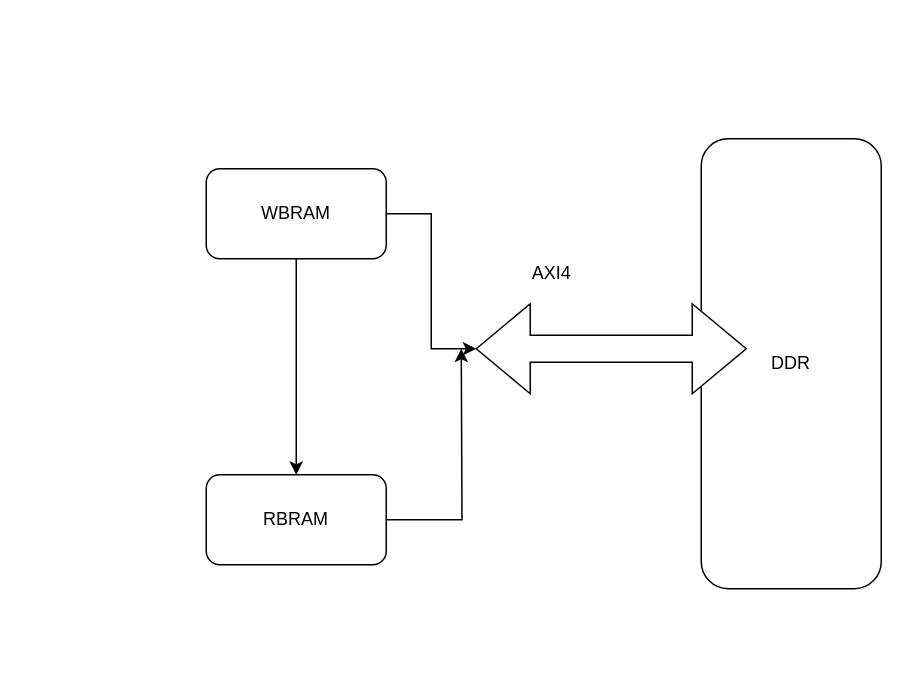
The draw.io diagram eth_ddr_cache.drawio in Momenttt/hellogithub, before the edit. Source tidied: cells renumbered, new cells numbered last; positions are measured from the earlier drawing's top-left corner, leaving out a move shared by most shapes. Both pictures are drawn from the tidied source at 150%, with x=0, y=0 at pixel (206, 138).
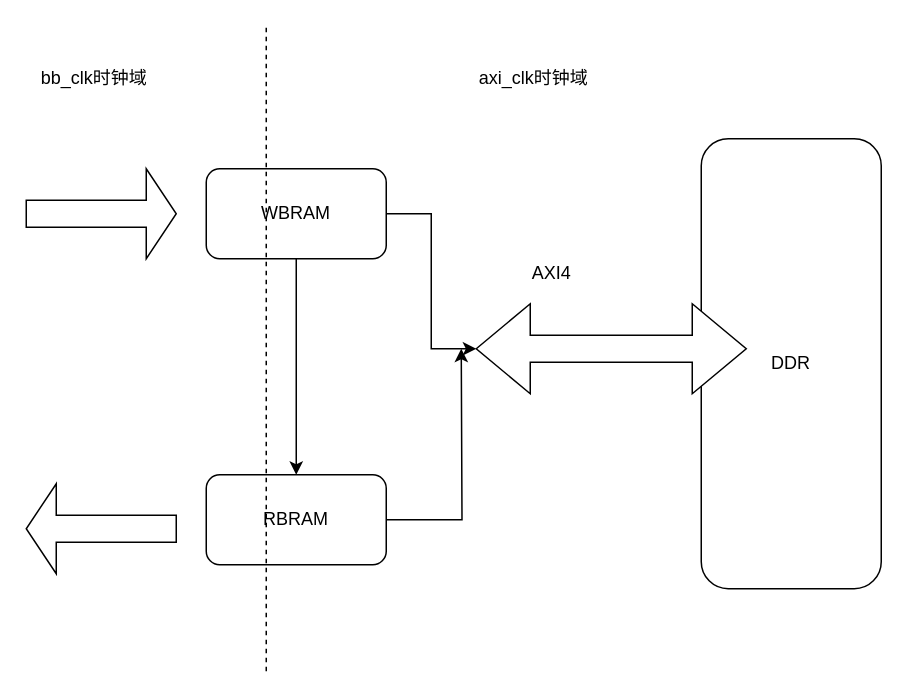
The same diagram, later.

Diff of the diagram source:
```diff
@@
 <mxGraphModel>
   <root>
     <mxCell id="0" />
     <mxCell id="1" parent="0" />
     <mxCell id="2" style="edgeStyle=orthogonalEdgeStyle;rounded=0;jettySize=auto;html=1;exitX=1;exitY=0.5;exitDx=0;exitDy=0;entryX=0;entryY=0.5;entryDx=0;entryDy=0;entryPerimeter=0;" parent="1" edge="1" source="4" target="8">
       <mxGeometry relative="1" as="geometry" />
     </mxCell>
     <mxCell id="3" style="edgeStyle=orthogonalEdgeStyle;rounded=0;jettySize=auto;html=1;exitX=0.5;exitY=1;exitDx=0;exitDy=0;" parent="1" edge="1" source="4" target="6">
       <mxGeometry relative="1" as="geometry" />
     </mxCell>
     <mxCell id="4" value="WBRAM" style="rounded=1;whiteSpace=wrap;html=1;" parent="1" vertex="1">
       <mxGeometry y="20" width="120" height="60" as="geometry" />
     </mxCell>
     <mxCell id="5" style="edgeStyle=orthogonalEdgeStyle;rounded=0;jettySize=auto;html=1;exitX=1;exitY=0.5;exitDx=0;exitDy=0;" parent="1" edge="1" source="6">
       <mxGeometry relative="1" as="geometry">
         <mxPoint x="170" y="140" as="targetPoint" />
       </mxGeometry>
     </mxCell>
     <mxCell id="6" value="RBRAM" style="rounded=1;whiteSpace=wrap;html=1;" parent="1" vertex="1">
       <mxGeometry y="224" width="120" height="60" as="geometry" />
     </mxCell>
     <mxCell id="7" value="DDR" style="rounded=1;whiteSpace=wrap;html=1;" parent="1" vertex="1">
       <mxGeometry x="330" width="120" height="300" as="geometry" />
     </mxCell>
     <mxCell id="8" style="shape=doubleArrow;whiteSpace=wrap;html=1;" parent="1" vertex="1">
       <mxGeometry x="180" y="110" width="180" height="60" as="geometry" />
     </mxCell>
     <mxCell id="9" value="AXI4" style="text;html=1;align=center;verticalAlign=middle;" parent="1" vertex="1">
       <mxGeometry x="210" y="80" width="40" height="20" as="geometry" />
     </mxCell>
+    <mxCell id="10" style="shape=singleArrow;whiteSpace=wrap;html=1;" parent="1" vertex="1">
+      <mxGeometry x="-120" y="20" width="100" height="60" as="geometry" />
+    </mxCell>
+    <mxCell id="11" style="shape=singleArrow;direction=west;whiteSpace=wrap;html=1;" parent="1" vertex="1">
+      <mxGeometry x="-120" y="230" width="100" height="60" as="geometry" />
+    </mxCell>
+    <mxCell id="12" style="endArrow=none;dashed=1;html=1;" parent="1" edge="1">
+      <mxGeometry relative="1" as="geometry">
+        <mxPoint x="40" y="355" as="sourcePoint" />
+        <mxPoint x="40" y="-75" as="targetPoint" />
+      </mxGeometry>
+    </mxCell>
+    <mxCell id="13" value="bb_clk时钟域" style="text;html=1;align=center;verticalAlign=middle;" parent="1" vertex="1">
+      <mxGeometry x="-120" y="-50" width="90" height="20" as="geometry" />
+    </mxCell>
+    <mxCell id="14" value="axi_clk时钟域" style="text;html=1;align=center;verticalAlign=middle;" parent="1" vertex="1">
+      <mxGeometry x="173" y="-50" width="90" height="20" as="geometry" />
+    </mxCell>
   </root>
 </mxGraphModel>
```
